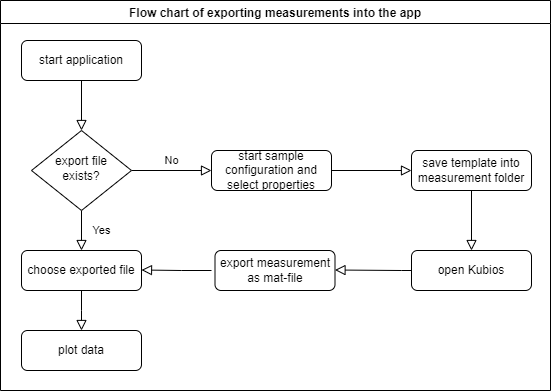
Earlier version of the draw.io export images/ablaufKonzept.png (jonakr/Studienarbeit). Source tidied: cells renumbered, new cells last; positions are measured from the earlier drawing's top-left corner, leaving out a move shared by most shapes.
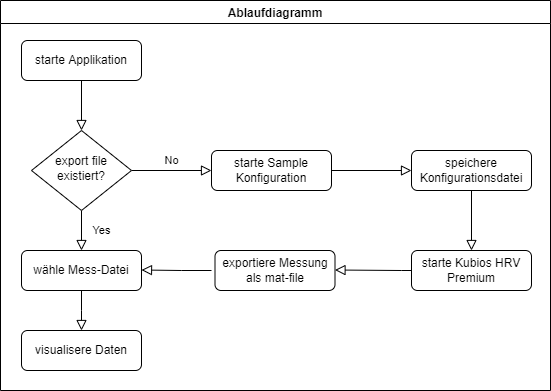
The same diagram one commit later.

Commit message:
worked on Konzept, added UML

The edit, as a diff of the source:
```diff
@@ -5,7 +5,7 @@
     <mxCell id="2" style="rounded=0;html=1;jettySize=auto;fontSize=11;endArrow=block;endFill=0;endSize=8;strokeWidth=1;shadow=0;labelBackgroundColor=none;edgeStyle=orthogonalEdgeStyle;" parent="1" edge="1" source="3" target="6">
       <mxGeometry relative="1" as="geometry" />
     </mxCell>
-    <mxCell id="3" value="start application" style="rounded=1;whiteSpace=wrap;html=1;fontSize=12;glass=0;strokeWidth=1;shadow=0;" parent="1" vertex="1">
+    <mxCell id="3" value="starte Applikation" style="rounded=1;whiteSpace=wrap;html=1;fontSize=12;glass=0;strokeWidth=1;shadow=0;" parent="1" vertex="1">
       <mxGeometry x="21" y="40" width="120" height="40" as="geometry" />
     </mxCell>
     <mxCell id="4" value="Yes" style="rounded=0;html=1;jettySize=auto;fontSize=11;endArrow=block;endFill=0;endSize=8;strokeWidth=1;shadow=0;labelBackgroundColor=none;edgeStyle=orthogonalEdgeStyle;" parent="1" edge="1" source="6">
@@ -16,16 +16,16 @@
     <mxCell id="5" value="No" style="edgeStyle=orthogonalEdgeStyle;rounded=0;html=1;jettySize=auto;fontSize=11;endArrow=block;endFill=0;endSize=8;strokeWidth=1;shadow=0;labelBackgroundColor=none;" parent="1" edge="1" source="6" target="7">
       <mxGeometry y="10" relative="1" as="geometry" />
     </mxCell>
-    <mxCell id="6" value="export file exists?" style="rhombus;whiteSpace=wrap;html=1;shadow=0;fontFamily=Helvetica;fontSize=12;align=center;strokeWidth=1;spacing=6;spacingTop=-4;" parent="1" vertex="1">
+    <mxCell id="6" value="export file existiert?" style="rhombus;whiteSpace=wrap;html=1;shadow=0;fontFamily=Helvetica;fontSize=12;align=center;strokeWidth=1;spacing=6;spacingTop=-4;" parent="1" vertex="1">
       <mxGeometry x="31" y="130" width="100" height="80" as="geometry" />
     </mxCell>
-    <mxCell id="7" value="start sample configuration and select properties" style="rounded=1;whiteSpace=wrap;html=1;fontSize=12;glass=0;strokeWidth=1;shadow=0;" parent="1" vertex="1">
+    <mxCell id="7" value="starte Sample Konfiguration" style="rounded=1;whiteSpace=wrap;html=1;fontSize=12;glass=0;strokeWidth=1;shadow=0;" parent="1" vertex="1">
       <mxGeometry x="211" y="150" width="120" height="40" as="geometry" />
     </mxCell>
-    <mxCell id="8" value="plot data" style="rounded=1;whiteSpace=wrap;html=1;fontSize=12;glass=0;strokeWidth=1;shadow=0;" parent="1" vertex="1">
+    <mxCell id="8" value="visualisere Daten" style="rounded=1;whiteSpace=wrap;html=1;fontSize=12;glass=0;strokeWidth=1;shadow=0;" parent="1" vertex="1">
       <mxGeometry x="21" y="330" width="120" height="40" as="geometry" />
     </mxCell>
-    <mxCell id="9" value="choose exported file" style="rounded=1;whiteSpace=wrap;html=1;fontSize=12;glass=0;strokeWidth=1;shadow=0;" parent="1" vertex="1">
+    <mxCell id="9" value="wähle Mess-Datei" style="rounded=1;whiteSpace=wrap;html=1;fontSize=12;glass=0;strokeWidth=1;shadow=0;" parent="1" vertex="1">
       <mxGeometry x="21" y="250" width="120" height="40" as="geometry" />
     </mxCell>
     <mxCell id="10" style="rounded=0;html=1;jettySize=auto;orthogonalLoop=1;fontSize=11;endArrow=block;endFill=0;endSize=8;strokeWidth=1;shadow=0;labelBackgroundColor=none;edgeStyle=orthogonalEdgeStyle;" parent="1" edge="1">
@@ -46,13 +46,13 @@
         </Array>
       </mxGeometry>
     </mxCell>
-    <mxCell id="12" value="save template into measurement folder" style="rounded=1;whiteSpace=wrap;html=1;fontSize=12;glass=0;strokeWidth=1;shadow=0;" parent="1" vertex="1">
+    <mxCell id="12" value="speichere Konfigurationsdatei" style="rounded=1;whiteSpace=wrap;html=1;fontSize=12;glass=0;strokeWidth=1;shadow=0;" parent="1" vertex="1">
       <mxGeometry x="411" y="150" width="120" height="40" as="geometry" />
     </mxCell>
-    <mxCell id="13" value="open Kubios" style="rounded=1;whiteSpace=wrap;html=1;fontSize=12;glass=0;strokeWidth=1;shadow=0;" parent="1" vertex="1">
+    <mxCell id="13" value="starte Kubios HRV Premium" style="rounded=1;whiteSpace=wrap;html=1;fontSize=12;glass=0;strokeWidth=1;shadow=0;" parent="1" vertex="1">
       <mxGeometry x="411" y="250" width="120" height="40" as="geometry" />
     </mxCell>
-    <mxCell id="14" value="export measurement as mat-file" style="rounded=1;whiteSpace=wrap;html=1;fontSize=12;glass=0;strokeWidth=1;shadow=0;" parent="1" vertex="1">
+    <mxCell id="14" value="exportiere Messung als mat-file" style="rounded=1;whiteSpace=wrap;html=1;fontSize=12;glass=0;strokeWidth=1;shadow=0;" parent="1" vertex="1">
       <mxGeometry x="214.5" y="250" width="120" height="40" as="geometry" />
     </mxCell>
     <mxCell id="15" style="rounded=0;html=1;jettySize=auto;fontSize=11;endArrow=block;endFill=0;endSize=8;strokeWidth=1;shadow=0;labelBackgroundColor=none;edgeStyle=orthogonalEdgeStyle;entryX=0.5;entryY=0;entryDx=0;entryDy=0;" parent="1" edge="1" target="13">
@@ -80,7 +80,7 @@
         </Array>
       </mxGeometry>
     </mxCell>
-    <mxCell id="18" value="Flow chart of exporting measurements into the app" style="swimlane;" parent="1" vertex="1">
+    <mxCell id="18" value="Ablaufdiagramm" style="swimlane;" parent="1" vertex="1">
       <mxGeometry width="550" height="390" as="geometry" />
     </mxCell>
   </root>
```
